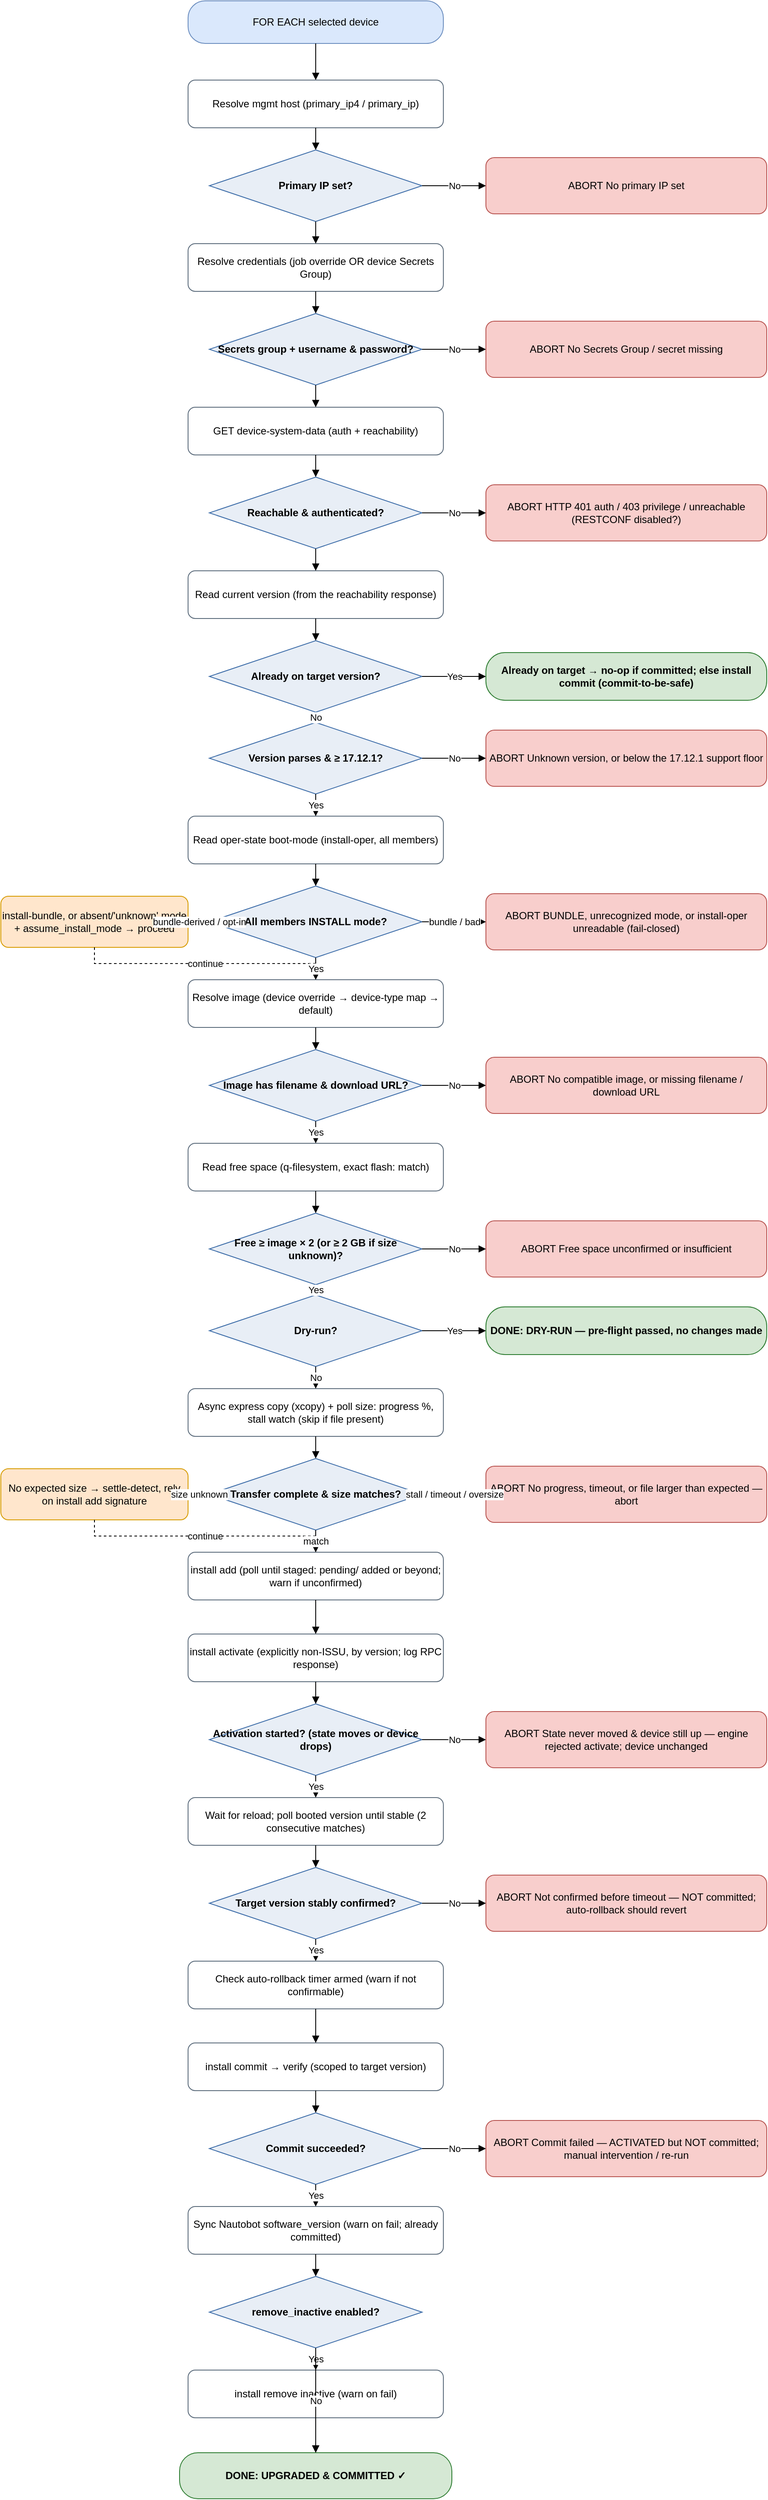
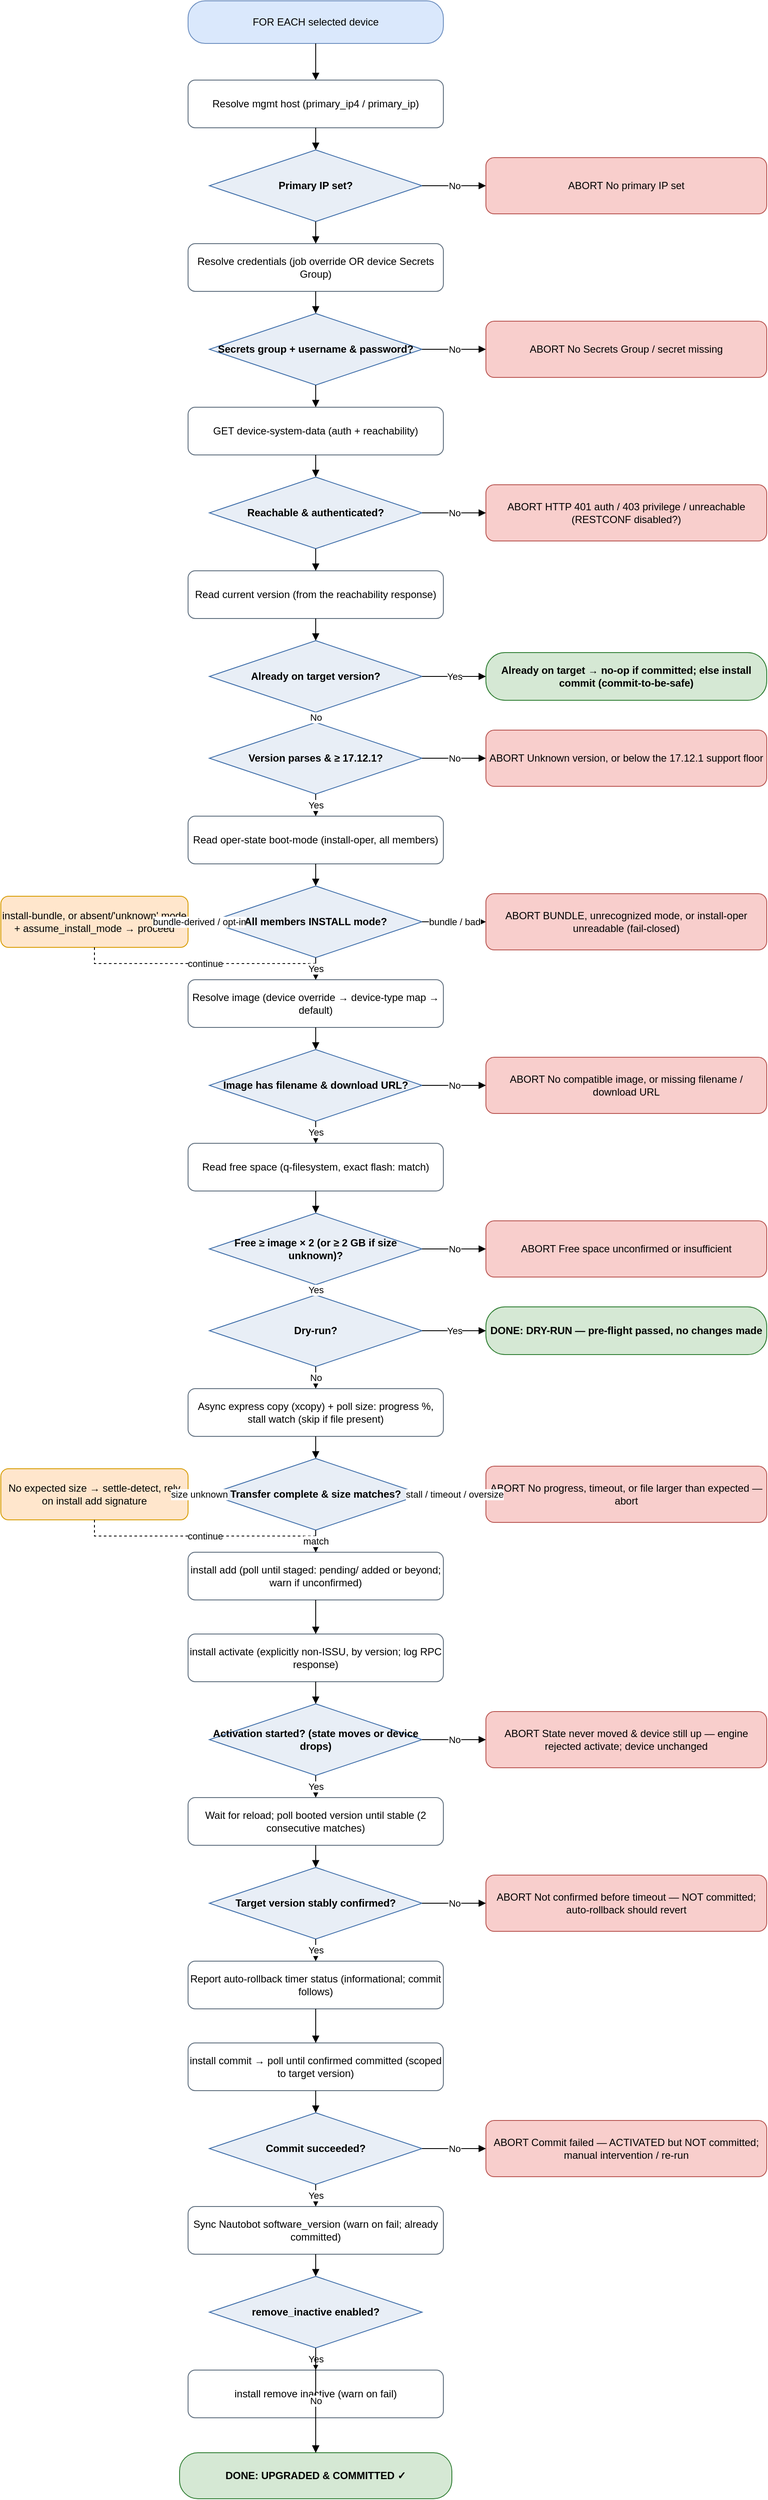
<mxfile host="app.diagrams.net" type="device">
  <diagram name="IOS-XE upgrade flow" id="iosxe-upgrade-flow">
    <mxGraphModel dx="1000" dy="2000" grid="1" gridSize="10" guides="1" tooltips="1"
        connect="1" arrows="1" fold="1" page="1" pageScale="1" math="0" shadow="0">
      <root>
        <mxCell id="0"/>
        <mxCell id="1" parent="0"/>
        <mxCell id="start" value="FOR EACH selected device" style="rounded=1;arcSize=40;whiteSpace=wrap;html=1;fillColor=#DAE8FC;strokeColor=#6C8EBF;" vertex="1" parent="1"><mxGeometry x="250" y="31" width="300" height="50" as="geometry"/></mxCell>
        <mxCell id="host" value="Resolve mgmt host&amp;#10;(primary_ip4 / primary_ip)" style="rounded=1;whiteSpace=wrap;html=1;fillColor=#FFFFFF;strokeColor=#5B6B7B;" vertex="1" parent="1"><mxGeometry x="250" y="124" width="300" height="56" as="geometry"/></mxCell>
        <mxCell id="d_ip" value="Primary IP set?" style="rhombus;whiteSpace=wrap;html=1;fillColor=#E8EEF6;strokeColor=#3C6CA8;fontStyle=1;" vertex="1" parent="1"><mxGeometry x="275" y="206" width="250" height="84" as="geometry"/></mxCell>
        <mxCell id="cred" value="Resolve credentials&amp;#10;(job override OR device Secrets Group)" style="rounded=1;whiteSpace=wrap;html=1;fillColor=#FFFFFF;strokeColor=#5B6B7B;" vertex="1" parent="1"><mxGeometry x="250" y="316" width="300" height="56" as="geometry"/></mxCell>
        <mxCell id="d_cred" value="Secrets group +&amp;#10;username &amp; password?" style="rhombus;whiteSpace=wrap;html=1;fillColor=#E8EEF6;strokeColor=#3C6CA8;fontStyle=1;" vertex="1" parent="1"><mxGeometry x="275" y="398" width="250" height="84" as="geometry"/></mxCell>
        <mxCell id="reach" value="GET device-system-data&amp;#10;(auth + reachability)" style="rounded=1;whiteSpace=wrap;html=1;fillColor=#FFFFFF;strokeColor=#5B6B7B;" vertex="1" parent="1"><mxGeometry x="250" y="508" width="300" height="56" as="geometry"/></mxCell>
        <mxCell id="d_reach" value="Reachable &amp;&amp;#10;authenticated?" style="rhombus;whiteSpace=wrap;html=1;fillColor=#E8EEF6;strokeColor=#3C6CA8;fontStyle=1;" vertex="1" parent="1"><mxGeometry x="275" y="590" width="250" height="84" as="geometry"/></mxCell>
        <mxCell id="curr" value="Read current version&amp;#10;(from the reachability response)" style="rounded=1;whiteSpace=wrap;html=1;fillColor=#FFFFFF;strokeColor=#5B6B7B;" vertex="1" parent="1"><mxGeometry x="250" y="700" width="300" height="56" as="geometry"/></mxCell>
        <mxCell id="d_target" value="Already on&amp;#10;target version?" style="rhombus;whiteSpace=wrap;html=1;fillColor=#E8EEF6;strokeColor=#3C6CA8;fontStyle=1;" vertex="1" parent="1"><mxGeometry x="275" y="782" width="250" height="84" as="geometry"/></mxCell>
        <mxCell id="d_floor" value="Version parses&amp;#10;&amp; ≥ 17.12.1?" style="rhombus;whiteSpace=wrap;html=1;fillColor=#E8EEF6;strokeColor=#3C6CA8;fontStyle=1;" vertex="1" parent="1"><mxGeometry x="275" y="878" width="250" height="84" as="geometry"/></mxCell>
        <mxCell id="mode" value="Read oper-state boot-mode&amp;#10;(install-oper, all members)" style="rounded=1;whiteSpace=wrap;html=1;fillColor=#FFFFFF;strokeColor=#5B6B7B;" vertex="1" parent="1"><mxGeometry x="250" y="988" width="300" height="56" as="geometry"/></mxCell>
        <mxCell id="d_mode" value="All members&amp;#10;INSTALL mode?" style="rhombus;whiteSpace=wrap;html=1;fillColor=#E8EEF6;strokeColor=#3C6CA8;fontStyle=1;" vertex="1" parent="1"><mxGeometry x="275" y="1070" width="250" height="84" as="geometry"/></mxCell>
        <mxCell id="img" value="Resolve image (device override →&amp;#10;device-type map → default)" style="rounded=1;whiteSpace=wrap;html=1;fillColor=#FFFFFF;strokeColor=#5B6B7B;" vertex="1" parent="1"><mxGeometry x="250" y="1180" width="300" height="56" as="geometry"/></mxCell>
        <mxCell id="d_img" value="Image has filename&amp;#10;&amp; download URL?" style="rhombus;whiteSpace=wrap;html=1;fillColor=#E8EEF6;strokeColor=#3C6CA8;fontStyle=1;" vertex="1" parent="1"><mxGeometry x="275" y="1262" width="250" height="84" as="geometry"/></mxCell>
        <mxCell id="space" value="Read free space&amp;#10;(q-filesystem, exact flash: match)" style="rounded=1;whiteSpace=wrap;html=1;fillColor=#FFFFFF;strokeColor=#5B6B7B;" vertex="1" parent="1"><mxGeometry x="250" y="1372" width="300" height="56" as="geometry"/></mxCell>
        <mxCell id="d_space" value="Free ≥ image × 2&amp;#10;(or ≥ 2 GB if size unknown)?" style="rhombus;whiteSpace=wrap;html=1;fillColor=#E8EEF6;strokeColor=#3C6CA8;fontStyle=1;" vertex="1" parent="1"><mxGeometry x="275" y="1454" width="250" height="84" as="geometry"/></mxCell>
        <mxCell id="d_dry" value="Dry-run?" style="rhombus;whiteSpace=wrap;html=1;fillColor=#E8EEF6;strokeColor=#3C6CA8;fontStyle=1;" vertex="1" parent="1"><mxGeometry x="275" y="1550" width="250" height="84" as="geometry"/></mxCell>
        <mxCell id="copy" value="Async express copy (xcopy) + poll size:&amp;#10;progress %, stall watch (skip if file present)" style="rounded=1;whiteSpace=wrap;html=1;fillColor=#FFFFFF;strokeColor=#5B6B7B;" vertex="1" parent="1"><mxGeometry x="250" y="1660" width="300" height="56" as="geometry"/></mxCell>
        <mxCell id="d_size" value="Transfer complete&amp;#10;&amp; size matches?" style="rhombus;whiteSpace=wrap;html=1;fillColor=#E8EEF6;strokeColor=#3C6CA8;fontStyle=1;" vertex="1" parent="1"><mxGeometry x="275" y="1742" width="250" height="84" as="geometry"/></mxCell>
        <mxCell id="add" value="install add (poll until staged: pending/&amp;#10;added or beyond; warn if unconfirmed)" style="rounded=1;whiteSpace=wrap;html=1;fillColor=#FFFFFF;strokeColor=#5B6B7B;" vertex="1" parent="1"><mxGeometry x="250" y="1852" width="300" height="56" as="geometry"/></mxCell>
        <mxCell id="act" value="install activate (explicitly non-ISSU,&amp;#10;by version; log RPC response)" style="rounded=1;whiteSpace=wrap;html=1;fillColor=#FFFFFF;strokeColor=#5B6B7B;" vertex="1" parent="1"><mxGeometry x="250" y="1948" width="300" height="56" as="geometry"/></mxCell>
        <mxCell id="d_act" value="Activation started?&amp;#10;(state moves or device drops)" style="rhombus;whiteSpace=wrap;html=1;fillColor=#E8EEF6;strokeColor=#3C6CA8;fontStyle=1;" vertex="1" parent="1"><mxGeometry x="275" y="2030" width="250" height="84" as="geometry"/></mxCell>
        <mxCell id="waitc" value="Wait for reload; poll booted version&amp;#10;until stable (2 consecutive matches)" style="rounded=1;whiteSpace=wrap;html=1;fillColor=#FFFFFF;strokeColor=#5B6B7B;" vertex="1" parent="1"><mxGeometry x="250" y="2140" width="300" height="56" as="geometry"/></mxCell>
        <mxCell id="d_confirm" value="Target version&amp;#10;stably confirmed?" style="rhombus;whiteSpace=wrap;html=1;fillColor=#E8EEF6;strokeColor=#3C6CA8;fontStyle=1;" vertex="1" parent="1"><mxGeometry x="275" y="2222" width="250" height="84" as="geometry"/></mxCell>
-         <mxCell id="rollbackchk" value="Check auto-rollback timer armed&amp;#10;(warn if not confirmable)" style="rounded=1;whiteSpace=wrap;html=1;fillColor=#FFFFFF;strokeColor=#5B6B7B;" vertex="1" parent="1"><mxGeometry x="250" y="2332" width="300" height="56" as="geometry"/></mxCell>
-         <mxCell id="commit" value="install commit → verify&amp;#10;(scoped to target version)" style="rounded=1;whiteSpace=wrap;html=1;fillColor=#FFFFFF;strokeColor=#5B6B7B;" vertex="1" parent="1"><mxGeometry x="250" y="2428" width="300" height="56" as="geometry"/></mxCell>
+         <mxCell id="rollbackchk" value="Report auto-rollback timer status&amp;#10;(informational; commit follows)" style="rounded=1;whiteSpace=wrap;html=1;fillColor=#FFFFFF;strokeColor=#5B6B7B;" vertex="1" parent="1"><mxGeometry x="250" y="2332" width="300" height="56" as="geometry"/></mxCell>
+         <mxCell id="commit" value="install commit → poll until confirmed&amp;#10;committed (scoped to target version)" style="rounded=1;whiteSpace=wrap;html=1;fillColor=#FFFFFF;strokeColor=#5B6B7B;" vertex="1" parent="1"><mxGeometry x="250" y="2428" width="300" height="56" as="geometry"/></mxCell>
        <mxCell id="d_commit" value="Commit&amp;#10;succeeded?" style="rhombus;whiteSpace=wrap;html=1;fillColor=#E8EEF6;strokeColor=#3C6CA8;fontStyle=1;" vertex="1" parent="1"><mxGeometry x="275" y="2510" width="250" height="84" as="geometry"/></mxCell>
        <mxCell id="sync" value="Sync Nautobot software_version&amp;#10;(warn on fail; already committed)" style="rounded=1;whiteSpace=wrap;html=1;fillColor=#FFFFFF;strokeColor=#5B6B7B;" vertex="1" parent="1"><mxGeometry x="250" y="2620" width="300" height="56" as="geometry"/></mxCell>
        <mxCell id="d_remove" value="remove_inactive&amp;#10;enabled?" style="rhombus;whiteSpace=wrap;html=1;fillColor=#E8EEF6;strokeColor=#3C6CA8;fontStyle=1;" vertex="1" parent="1"><mxGeometry x="275" y="2702" width="250" height="84" as="geometry"/></mxCell>
        <mxCell id="remove" value="install remove inactive&amp;#10;(warn on fail)" style="rounded=1;whiteSpace=wrap;html=1;fillColor=#FFFFFF;strokeColor=#5B6B7B;" vertex="1" parent="1"><mxGeometry x="250" y="2812" width="300" height="56" as="geometry"/></mxCell>
        <mxCell id="ok" value="DONE: UPGRADED &amp; COMMITTED ✓" style="rounded=1;arcSize=40;whiteSpace=wrap;html=1;fillColor=#D5E8D4;strokeColor=#2E7D32;fontStyle=1;" vertex="1" parent="1"><mxGeometry x="240" y="2909" width="320" height="54" as="geometry"/></mxCell>
        <mxCell id="d_ip_abort" value="ABORT&amp;#10;No primary IP set" style="rounded=1;whiteSpace=wrap;html=1;fillColor=#F8CECC;strokeColor=#B85450;" vertex="1" parent="1"><mxGeometry x="600" y="215" width="330" height="66" as="geometry"/></mxCell>
        <mxCell id="d_cred_abort" value="ABORT&amp;#10;No Secrets Group / secret missing" style="rounded=1;whiteSpace=wrap;html=1;fillColor=#F8CECC;strokeColor=#B85450;" vertex="1" parent="1"><mxGeometry x="600" y="407" width="330" height="66" as="geometry"/></mxCell>
        <mxCell id="d_reach_abort" value="ABORT&amp;#10;HTTP 401 auth / 403 privilege /&amp;#10;unreachable (RESTCONF disabled?)" style="rounded=1;whiteSpace=wrap;html=1;fillColor=#F8CECC;strokeColor=#B85450;" vertex="1" parent="1"><mxGeometry x="600" y="599" width="330" height="66" as="geometry"/></mxCell>
        <mxCell id="d_target_ok" value="Already on target → no-op if committed;&amp;#10;else install commit (commit-to-be-safe)" style="rounded=1;arcSize=40;whiteSpace=wrap;html=1;fillColor=#D5E8D4;strokeColor=#2E7D32;fontStyle=1;" vertex="1" parent="1"><mxGeometry x="600" y="796" width="330" height="56" as="geometry"/></mxCell>
        <mxCell id="d_floor_abort" value="ABORT&amp;#10;Unknown version, or below the&amp;#10;17.12.1 support floor" style="rounded=1;whiteSpace=wrap;html=1;fillColor=#F8CECC;strokeColor=#B85450;" vertex="1" parent="1"><mxGeometry x="600" y="887" width="330" height="66" as="geometry"/></mxCell>
        <mxCell id="d_mode_abort" value="ABORT&amp;#10;BUNDLE, unrecognized mode, or&amp;#10;install-oper unreadable (fail-closed)" style="rounded=1;whiteSpace=wrap;html=1;fillColor=#F8CECC;strokeColor=#B85450;" vertex="1" parent="1"><mxGeometry x="600" y="1079" width="330" height="66" as="geometry"/></mxCell>
        <mxCell id="d_mode_warn" value="install-bundle, or absent/&#x27;unknown&#x27;&amp;#10;mode + assume_install_mode → proceed" style="rounded=1;whiteSpace=wrap;html=1;fillColor=#FFE6CC;strokeColor=#D79B00;" vertex="1" parent="1"><mxGeometry x="30" y="1082" width="220" height="60" as="geometry"/></mxCell>
        <mxCell id="d_img_abort" value="ABORT&amp;#10;No compatible image, or missing&amp;#10;filename / download URL" style="rounded=1;whiteSpace=wrap;html=1;fillColor=#F8CECC;strokeColor=#B85450;" vertex="1" parent="1"><mxGeometry x="600" y="1271" width="330" height="66" as="geometry"/></mxCell>
        <mxCell id="d_space_abort" value="ABORT&amp;#10;Free space unconfirmed or&amp;#10;insufficient" style="rounded=1;whiteSpace=wrap;html=1;fillColor=#F8CECC;strokeColor=#B85450;" vertex="1" parent="1"><mxGeometry x="600" y="1463" width="330" height="66" as="geometry"/></mxCell>
        <mxCell id="d_dry_ok" value="DONE: DRY-RUN — pre-flight&amp;#10;passed, no changes made" style="rounded=1;arcSize=40;whiteSpace=wrap;html=1;fillColor=#D5E8D4;strokeColor=#2E7D32;fontStyle=1;" vertex="1" parent="1"><mxGeometry x="600" y="1564" width="330" height="56" as="geometry"/></mxCell>
        <mxCell id="d_size_abort" value="ABORT&amp;#10;No progress, timeout, or file&amp;#10;larger than expected — abort" style="rounded=1;whiteSpace=wrap;html=1;fillColor=#F8CECC;strokeColor=#B85450;" vertex="1" parent="1"><mxGeometry x="600" y="1751" width="330" height="66" as="geometry"/></mxCell>
        <mxCell id="d_size_warn" value="No expected size → settle-detect,&amp;#10;rely on install add signature" style="rounded=1;whiteSpace=wrap;html=1;fillColor=#FFE6CC;strokeColor=#D79B00;" vertex="1" parent="1"><mxGeometry x="30" y="1754" width="220" height="60" as="geometry"/></mxCell>
        <mxCell id="d_act_abort" value="ABORT&amp;#10;State never moved &amp; device still up —&amp;#10;engine rejected activate; device unchanged" style="rounded=1;whiteSpace=wrap;html=1;fillColor=#F8CECC;strokeColor=#B85450;" vertex="1" parent="1"><mxGeometry x="600" y="2039" width="330" height="66" as="geometry"/></mxCell>
        <mxCell id="d_confirm_abort" value="ABORT&amp;#10;Not confirmed before timeout — NOT&amp;#10;committed; auto-rollback should revert" style="rounded=1;whiteSpace=wrap;html=1;fillColor=#F8CECC;strokeColor=#B85450;" vertex="1" parent="1"><mxGeometry x="600" y="2231" width="330" height="66" as="geometry"/></mxCell>
        <mxCell id="d_commit_abort" value="ABORT&amp;#10;Commit failed — ACTIVATED but NOT&amp;#10;committed; manual intervention / re-run" style="rounded=1;whiteSpace=wrap;html=1;fillColor=#F8CECC;strokeColor=#B85450;" vertex="1" parent="1"><mxGeometry x="600" y="2519" width="330" height="66" as="geometry"/></mxCell>
        <mxCell id="e_d_ip_abort" value="No" style="edgeStyle=orthogonalEdgeStyle;rounded=0;html=1;endArrow=block;" edge="1" parent="1" source="d_ip" target="d_ip_abort"><mxGeometry relative="1" as="geometry"/></mxCell>
        <mxCell id="e_d_cred_abort" value="No" style="edgeStyle=orthogonalEdgeStyle;rounded=0;html=1;endArrow=block;" edge="1" parent="1" source="d_cred" target="d_cred_abort"><mxGeometry relative="1" as="geometry"/></mxCell>
        <mxCell id="e_d_reach_abort" value="No" style="edgeStyle=orthogonalEdgeStyle;rounded=0;html=1;endArrow=block;" edge="1" parent="1" source="d_reach" target="d_reach_abort"><mxGeometry relative="1" as="geometry"/></mxCell>
        <mxCell id="e_d_target_ok" value="Yes" style="edgeStyle=orthogonalEdgeStyle;rounded=0;html=1;endArrow=block;" edge="1" parent="1" source="d_target" target="d_target_ok"><mxGeometry relative="1" as="geometry"/></mxCell>
        <mxCell id="e_d_floor_abort" value="No" style="edgeStyle=orthogonalEdgeStyle;rounded=0;html=1;endArrow=block;" edge="1" parent="1" source="d_floor" target="d_floor_abort"><mxGeometry relative="1" as="geometry"/></mxCell>
        <mxCell id="e_d_mode_abort" value="bundle / bad" style="edgeStyle=orthogonalEdgeStyle;rounded=0;html=1;endArrow=block;" edge="1" parent="1" source="d_mode" target="d_mode_abort"><mxGeometry relative="1" as="geometry"/></mxCell>
        <mxCell id="e_d_mode_warn" value="bundle-derived /
opt-in" style="edgeStyle=orthogonalEdgeStyle;rounded=0;html=1;endArrow=block;" edge="1" parent="1" source="d_mode" target="d_mode_warn"><mxGeometry relative="1" as="geometry"/></mxCell>
        <mxCell id="e_d_mode_warn_join" value="continue" style="edgeStyle=orthogonalEdgeStyle;rounded=0;html=1;endArrow=block;dashed=1;" edge="1" parent="1" source="d_mode_warn" target="img"><mxGeometry relative="1" as="geometry"/></mxCell>
        <mxCell id="e_d_img_abort" value="No" style="edgeStyle=orthogonalEdgeStyle;rounded=0;html=1;endArrow=block;" edge="1" parent="1" source="d_img" target="d_img_abort"><mxGeometry relative="1" as="geometry"/></mxCell>
        <mxCell id="e_d_space_abort" value="No" style="edgeStyle=orthogonalEdgeStyle;rounded=0;html=1;endArrow=block;" edge="1" parent="1" source="d_space" target="d_space_abort"><mxGeometry relative="1" as="geometry"/></mxCell>
        <mxCell id="e_d_dry_ok" value="Yes" style="edgeStyle=orthogonalEdgeStyle;rounded=0;html=1;endArrow=block;" edge="1" parent="1" source="d_dry" target="d_dry_ok"><mxGeometry relative="1" as="geometry"/></mxCell>
        <mxCell id="e_d_size_abort" value="stall / timeout /
oversize" style="edgeStyle=orthogonalEdgeStyle;rounded=0;html=1;endArrow=block;" edge="1" parent="1" source="d_size" target="d_size_abort"><mxGeometry relative="1" as="geometry"/></mxCell>
        <mxCell id="e_d_size_warn" value="size unknown" style="edgeStyle=orthogonalEdgeStyle;rounded=0;html=1;endArrow=block;" edge="1" parent="1" source="d_size" target="d_size_warn"><mxGeometry relative="1" as="geometry"/></mxCell>
        <mxCell id="e_d_size_warn_join" value="continue" style="edgeStyle=orthogonalEdgeStyle;rounded=0;html=1;endArrow=block;dashed=1;" edge="1" parent="1" source="d_size_warn" target="add"><mxGeometry relative="1" as="geometry"/></mxCell>
        <mxCell id="e_d_act_abort" value="No" style="edgeStyle=orthogonalEdgeStyle;rounded=0;html=1;endArrow=block;" edge="1" parent="1" source="d_act" target="d_act_abort"><mxGeometry relative="1" as="geometry"/></mxCell>
        <mxCell id="e_d_confirm_abort" value="No" style="edgeStyle=orthogonalEdgeStyle;rounded=0;html=1;endArrow=block;" edge="1" parent="1" source="d_confirm" target="d_confirm_abort"><mxGeometry relative="1" as="geometry"/></mxCell>
        <mxCell id="e_d_commit_abort" value="No" style="edgeStyle=orthogonalEdgeStyle;rounded=0;html=1;endArrow=block;" edge="1" parent="1" source="d_commit" target="d_commit_abort"><mxGeometry relative="1" as="geometry"/></mxCell>
        <mxCell id="e_start_host" value="" style="edgeStyle=orthogonalEdgeStyle;rounded=0;html=1;endArrow=block;" edge="1" parent="1" source="start" target="host"><mxGeometry relative="1" as="geometry"/></mxCell>
        <mxCell id="e_host_d_ip" value="" style="edgeStyle=orthogonalEdgeStyle;rounded=0;html=1;endArrow=block;" edge="1" parent="1" source="host" target="d_ip"><mxGeometry relative="1" as="geometry"/></mxCell>
        <mxCell id="e_d_ip_cred" value="" style="edgeStyle=orthogonalEdgeStyle;rounded=0;html=1;endArrow=block;" edge="1" parent="1" source="d_ip" target="cred"><mxGeometry relative="1" as="geometry"/></mxCell>
        <mxCell id="e_cred_d_cred" value="" style="edgeStyle=orthogonalEdgeStyle;rounded=0;html=1;endArrow=block;" edge="1" parent="1" source="cred" target="d_cred"><mxGeometry relative="1" as="geometry"/></mxCell>
        <mxCell id="e_d_cred_reach" value="" style="edgeStyle=orthogonalEdgeStyle;rounded=0;html=1;endArrow=block;" edge="1" parent="1" source="d_cred" target="reach"><mxGeometry relative="1" as="geometry"/></mxCell>
        <mxCell id="e_reach_d_reach" value="" style="edgeStyle=orthogonalEdgeStyle;rounded=0;html=1;endArrow=block;" edge="1" parent="1" source="reach" target="d_reach"><mxGeometry relative="1" as="geometry"/></mxCell>
        <mxCell id="e_d_reach_curr" value="" style="edgeStyle=orthogonalEdgeStyle;rounded=0;html=1;endArrow=block;" edge="1" parent="1" source="d_reach" target="curr"><mxGeometry relative="1" as="geometry"/></mxCell>
        <mxCell id="e_curr_d_target" value="" style="edgeStyle=orthogonalEdgeStyle;rounded=0;html=1;endArrow=block;" edge="1" parent="1" source="curr" target="d_target"><mxGeometry relative="1" as="geometry"/></mxCell>
        <mxCell id="e_d_target_d_floor" value="No" style="edgeStyle=orthogonalEdgeStyle;rounded=0;html=1;endArrow=block;" edge="1" parent="1" source="d_target" target="d_floor"><mxGeometry relative="1" as="geometry"/></mxCell>
        <mxCell id="e_d_floor_mode" value="Yes" style="edgeStyle=orthogonalEdgeStyle;rounded=0;html=1;endArrow=block;" edge="1" parent="1" source="d_floor" target="mode"><mxGeometry relative="1" as="geometry"/></mxCell>
        <mxCell id="e_mode_d_mode" value="" style="edgeStyle=orthogonalEdgeStyle;rounded=0;html=1;endArrow=block;" edge="1" parent="1" source="mode" target="d_mode"><mxGeometry relative="1" as="geometry"/></mxCell>
        <mxCell id="e_d_mode_img" value="Yes" style="edgeStyle=orthogonalEdgeStyle;rounded=0;html=1;endArrow=block;" edge="1" parent="1" source="d_mode" target="img"><mxGeometry relative="1" as="geometry"/></mxCell>
        <mxCell id="e_img_d_img" value="" style="edgeStyle=orthogonalEdgeStyle;rounded=0;html=1;endArrow=block;" edge="1" parent="1" source="img" target="d_img"><mxGeometry relative="1" as="geometry"/></mxCell>
        <mxCell id="e_d_img_space" value="Yes" style="edgeStyle=orthogonalEdgeStyle;rounded=0;html=1;endArrow=block;" edge="1" parent="1" source="d_img" target="space"><mxGeometry relative="1" as="geometry"/></mxCell>
        <mxCell id="e_space_d_space" value="" style="edgeStyle=orthogonalEdgeStyle;rounded=0;html=1;endArrow=block;" edge="1" parent="1" source="space" target="d_space"><mxGeometry relative="1" as="geometry"/></mxCell>
        <mxCell id="e_d_space_d_dry" value="Yes" style="edgeStyle=orthogonalEdgeStyle;rounded=0;html=1;endArrow=block;" edge="1" parent="1" source="d_space" target="d_dry"><mxGeometry relative="1" as="geometry"/></mxCell>
        <mxCell id="e_d_dry_copy" value="No" style="edgeStyle=orthogonalEdgeStyle;rounded=0;html=1;endArrow=block;" edge="1" parent="1" source="d_dry" target="copy"><mxGeometry relative="1" as="geometry"/></mxCell>
        <mxCell id="e_copy_d_size" value="" style="edgeStyle=orthogonalEdgeStyle;rounded=0;html=1;endArrow=block;" edge="1" parent="1" source="copy" target="d_size"><mxGeometry relative="1" as="geometry"/></mxCell>
        <mxCell id="e_d_size_add" value="match" style="edgeStyle=orthogonalEdgeStyle;rounded=0;html=1;endArrow=block;" edge="1" parent="1" source="d_size" target="add"><mxGeometry relative="1" as="geometry"/></mxCell>
        <mxCell id="e_add_act" value="" style="edgeStyle=orthogonalEdgeStyle;rounded=0;html=1;endArrow=block;" edge="1" parent="1" source="add" target="act"><mxGeometry relative="1" as="geometry"/></mxCell>
        <mxCell id="e_act_d_act" value="" style="edgeStyle=orthogonalEdgeStyle;rounded=0;html=1;endArrow=block;" edge="1" parent="1" source="act" target="d_act"><mxGeometry relative="1" as="geometry"/></mxCell>
        <mxCell id="e_d_act_waitc" value="Yes" style="edgeStyle=orthogonalEdgeStyle;rounded=0;html=1;endArrow=block;" edge="1" parent="1" source="d_act" target="waitc"><mxGeometry relative="1" as="geometry"/></mxCell>
        <mxCell id="e_waitc_d_confirm" value="" style="edgeStyle=orthogonalEdgeStyle;rounded=0;html=1;endArrow=block;" edge="1" parent="1" source="waitc" target="d_confirm"><mxGeometry relative="1" as="geometry"/></mxCell>
        <mxCell id="e_d_confirm_rollbackchk" value="Yes" style="edgeStyle=orthogonalEdgeStyle;rounded=0;html=1;endArrow=block;" edge="1" parent="1" source="d_confirm" target="rollbackchk"><mxGeometry relative="1" as="geometry"/></mxCell>
        <mxCell id="e_rollbackchk_commit" value="" style="edgeStyle=orthogonalEdgeStyle;rounded=0;html=1;endArrow=block;" edge="1" parent="1" source="rollbackchk" target="commit"><mxGeometry relative="1" as="geometry"/></mxCell>
        <mxCell id="e_commit_d_commit" value="" style="edgeStyle=orthogonalEdgeStyle;rounded=0;html=1;endArrow=block;" edge="1" parent="1" source="commit" target="d_commit"><mxGeometry relative="1" as="geometry"/></mxCell>
        <mxCell id="e_d_commit_sync" value="Yes" style="edgeStyle=orthogonalEdgeStyle;rounded=0;html=1;endArrow=block;" edge="1" parent="1" source="d_commit" target="sync"><mxGeometry relative="1" as="geometry"/></mxCell>
        <mxCell id="e_sync_d_remove" value="" style="edgeStyle=orthogonalEdgeStyle;rounded=0;html=1;endArrow=block;" edge="1" parent="1" source="sync" target="d_remove"><mxGeometry relative="1" as="geometry"/></mxCell>
        <mxCell id="e_remove_yes" value="Yes" style="edgeStyle=orthogonalEdgeStyle;rounded=0;html=1;endArrow=block;" edge="1" parent="1" source="d_remove" target="remove"><mxGeometry relative="1" as="geometry"/></mxCell>
        <mxCell id="e_remove_ok" value="" style="edgeStyle=orthogonalEdgeStyle;rounded=0;html=1;endArrow=block;" edge="1" parent="1" source="remove" target="ok"><mxGeometry relative="1" as="geometry"/></mxCell>
        <mxCell id="e_remove_no" value="No" style="edgeStyle=orthogonalEdgeStyle;rounded=0;html=1;endArrow=block;" edge="1" parent="1" source="d_remove" target="ok"><mxGeometry relative="1" as="geometry"/></mxCell>
      </root>
    </mxGraphModel>
  </diagram>
</mxfile>
